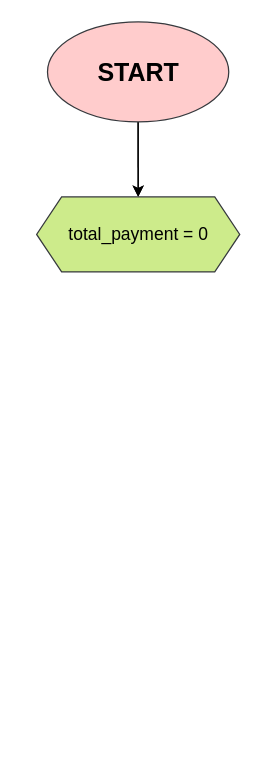
Earlier version of the draw.io diagram flowchart.drawio (karindaamelia/karinda_amelia-sistem_kasir). Source tidied: cells renumbered, new cells numbered last; positions are measured from the earlier drawing's top-left corner, leaving out a move shared by most shapes. Both pictures are drawn from the tidied source at 125%, with x=0, y=0 at pixel (36, 21).
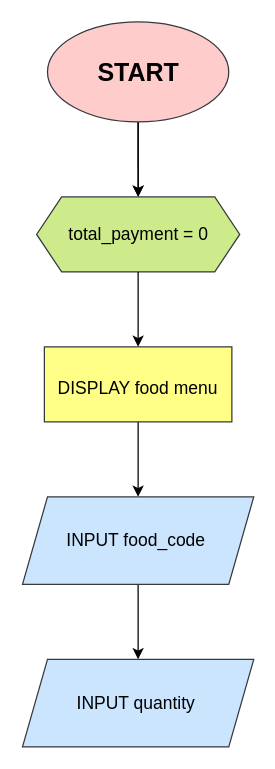
The same page after the edit.

Commit message:
Membuat input yang digunakan untuk memasukkan kode dan kuantitas

What changed in the source:
```diff
@@
 <mxGraphModel background="#ffffff">
   <root>
     <mxCell id="0" />
     <mxCell id="1" parent="0" />
     <mxCell id="2" style="edgeStyle=none;html=1;entryX=0.5;entryY=0;entryDx=0;entryDy=0;" parent="1" edge="1" source="4" target="5">
       <mxGeometry relative="1" as="geometry" />
     </mxCell>
     <mxCell id="3" style="edgeStyle=none;html=1;entryX=0.5;entryY=0;entryDx=0;entryDy=0;strokeColor=#000000;" parent="1" edge="1" source="4" target="5">
       <mxGeometry relative="1" as="geometry" />
     </mxCell>
     <mxCell id="4" value="&lt;span style=&quot;font-size: 20px&quot;&gt;&lt;b&gt;START&lt;/b&gt;&lt;/span&gt;" style="ellipse;whiteSpace=wrap;html=1;fillColor=#ffcccc;strokeColor=#36393d;fontColor=#000000;" parent="1" vertex="1">
       <mxGeometry x="8.5" width="145" height="80" as="geometry" />
     </mxCell>
     <mxCell id="5" value="total_payment = 0" style="shape=hexagon;perimeter=hexagonPerimeter2;whiteSpace=wrap;html=1;fixedSize=1;fontSize=14;fillColor=#cdeb8b;strokeColor=#36393d;fontColor=#000000;" parent="1" vertex="1">
       <mxGeometry x="-0.2" y="140" width="162.5" height="60" as="geometry" />
     </mxCell>
+    <mxCell id="6" style="edgeStyle=none;html=1;entryX=0.5;entryY=0;entryDx=0;entryDy=0;fontSize=14;fontColor=#000000;strokeColor=#000000;" parent="1" edge="1" target="8">
+      <mxGeometry relative="1" as="geometry">
+        <mxPoint x="81" y="200" as="sourcePoint" />
+      </mxGeometry>
+    </mxCell>
+    <mxCell id="7" style="edgeStyle=none;html=1;entryX=0.5;entryY=0;entryDx=0;entryDy=0;fontSize=14;fontColor=#000000;strokeColor=#000000;" parent="1" edge="1" source="8" target="10">
+      <mxGeometry relative="1" as="geometry" />
+    </mxCell>
+    <mxCell id="8" value="&lt;span style=&quot;font-size: 14px&quot;&gt;DISPLAY food menu&lt;/span&gt;" style="rounded=0;whiteSpace=wrap;html=1;fontSize=20;fillColor=#ffff88;strokeColor=#36393d;fontColor=#000000;" parent="1" vertex="1">
+      <mxGeometry x="6" y="260" width="150" height="60" as="geometry" />
+    </mxCell>
+    <mxCell id="9" style="edgeStyle=none;html=1;entryX=0.5;entryY=0;entryDx=0;entryDy=0;fontSize=14;fontColor=#000000;strokeColor=#000000;" parent="1" edge="1" source="10" target="11">
+      <mxGeometry relative="1" as="geometry" />
+    </mxCell>
+    <mxCell id="10" value="INPUT food_code&amp;nbsp;" style="shape=parallelogram;perimeter=parallelogramPerimeter;whiteSpace=wrap;html=1;fixedSize=1;fontSize=14;fillColor=#cce5ff;strokeColor=#36393d;fontColor=#000000;" parent="1" vertex="1">
+      <mxGeometry x="-11.5" y="380" width="185" height="70" as="geometry" />
+    </mxCell>
+    <mxCell id="11" value="INPUT quantity&amp;nbsp;" style="shape=parallelogram;perimeter=parallelogramPerimeter;whiteSpace=wrap;html=1;fixedSize=1;fontSize=14;fillColor=#cce5ff;strokeColor=#36393d;fontColor=#000000;" parent="1" vertex="1">
+      <mxGeometry x="-11.5" y="510" width="185" height="70" as="geometry" />
+    </mxCell>
   </root>
 </mxGraphModel>
```
